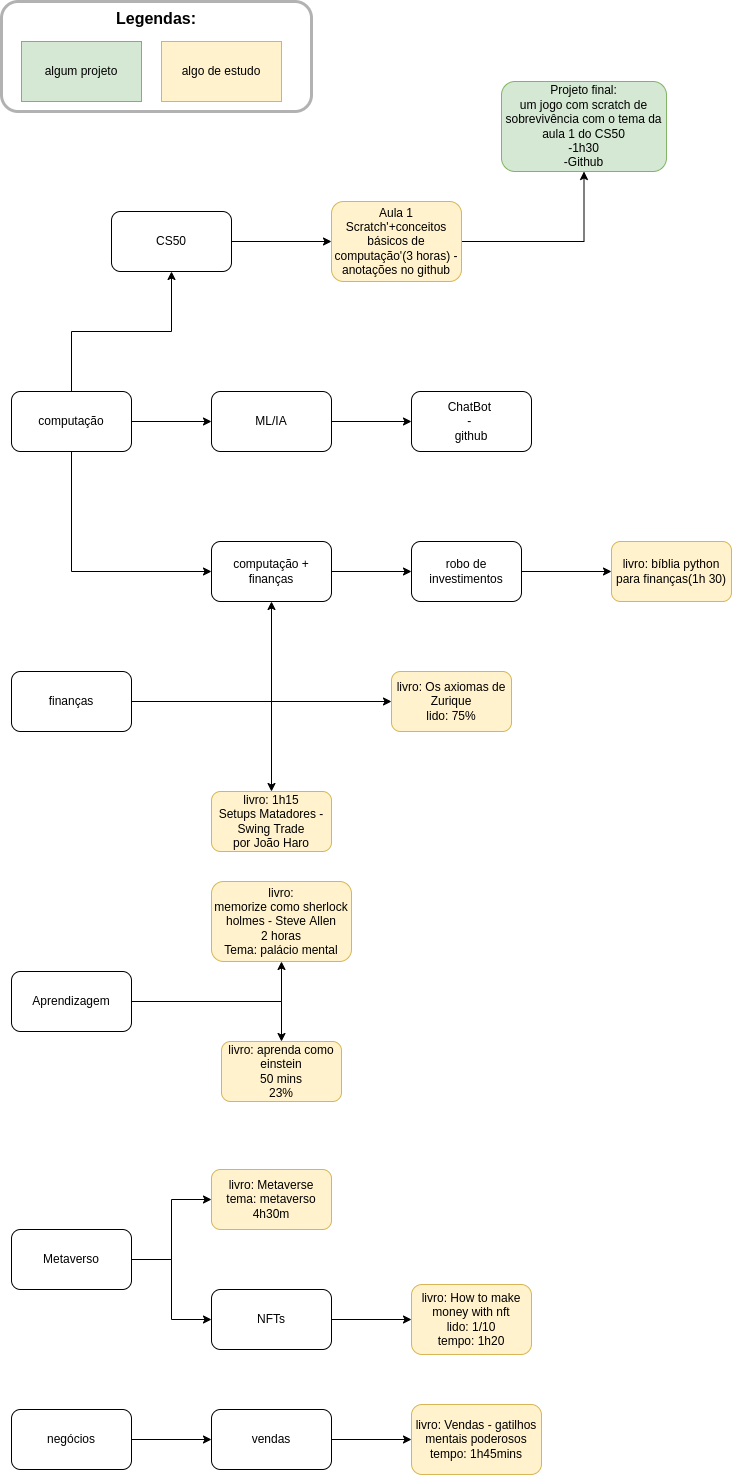
gu-nog/my-studies keeps this draw.io diagram as mystudies.drawio.png. Above is the earlier version. Source tidied: cells renumbered, new cells last; positions are measured from the earlier drawing's top-left corner, leaving out a move shared by most shapes. Its diagram source:
```xml
<mxGraphModel>
  <root>
    <mxCell id="0" />
    <mxCell id="1" parent="0" />
    <mxCell id="2" style="edgeStyle=orthogonalEdgeStyle;rounded=0;jettySize=auto;html=1;" parent="1" edge="1" source="4" target="6">
      <mxGeometry relative="1" as="geometry" />
    </mxCell>
    <mxCell id="3" style="edgeStyle=orthogonalEdgeStyle;rounded=0;jettySize=auto;html=1;" parent="1" edge="1" source="4" target="27">
      <mxGeometry relative="1" as="geometry" />
    </mxCell>
    <mxCell id="4" value="computação" style="rounded=1;whiteSpace=wrap;html=1;" parent="1" vertex="1">
      <mxGeometry x="10" y="390" width="120" height="60" as="geometry" />
    </mxCell>
    <mxCell id="5" style="edgeStyle=orthogonalEdgeStyle;rounded=0;jettySize=auto;html=1;" parent="1" edge="1" source="6" target="8">
      <mxGeometry relative="1" as="geometry" />
    </mxCell>
    <mxCell id="6" value="CS50" style="whiteSpace=wrap;html=1;rounded=1;" parent="1" vertex="1">
      <mxGeometry x="110" y="210" width="120" height="60" as="geometry" />
    </mxCell>
    <mxCell id="7" style="edgeStyle=orthogonalEdgeStyle;rounded=0;jettySize=auto;html=1;" parent="1" edge="1" source="8" target="20">
      <mxGeometry relative="1" as="geometry" />
    </mxCell>
    <mxCell id="8" value="Aula 1&lt;br&gt;Scratch'+conceitos básicos de computação'(3 horas) - anotações no github" style="whiteSpace=wrap;html=1;rounded=1;fillColor=#fff2cc;strokeColor=#d6b656;" parent="1" vertex="1">
      <mxGeometry x="330" y="200" width="130" height="80" as="geometry" />
    </mxCell>
    <mxCell id="9" style="edgeStyle=orthogonalEdgeStyle;rounded=0;jettySize=auto;html=1;" parent="1" edge="1" source="11" target="13">
      <mxGeometry relative="1" as="geometry" />
    </mxCell>
    <mxCell id="10" style="edgeStyle=orthogonalEdgeStyle;rounded=0;jettySize=auto;html=1;" parent="1" edge="1" source="11" target="29">
      <mxGeometry relative="1" as="geometry" />
    </mxCell>
    <mxCell id="11" value="finanças" style="rounded=1;whiteSpace=wrap;html=1;" parent="1" vertex="1">
      <mxGeometry x="10" y="670" width="120" height="60" as="geometry" />
    </mxCell>
    <mxCell id="12" style="edgeStyle=orthogonalEdgeStyle;rounded=0;jettySize=auto;html=1;" parent="1" edge="1" source="13" target="16">
      <mxGeometry relative="1" as="geometry" />
    </mxCell>
    <mxCell id="13" value="computação + finanças" style="rounded=1;whiteSpace=wrap;html=1;" parent="1" vertex="1">
      <mxGeometry x="210" y="540" width="120" height="60" as="geometry" />
    </mxCell>
    <mxCell id="14" style="endArrow=classic;html=1;rounded=0;entryX=0;entryY=0.5;entryDx=0;entryDy=0;exitX=0.5;exitY=1;exitDx=0;exitDy=0;" parent="1" edge="1" source="4" target="13">
      <mxGeometry relative="1" as="geometry">
        <Array as="points">
          <mxPoint x="70" y="570" />
        </Array>
      </mxGeometry>
    </mxCell>
    <mxCell id="15" style="edgeStyle=orthogonalEdgeStyle;rounded=0;jettySize=auto;html=1;" parent="1" edge="1" source="16" target="17">
      <mxGeometry relative="1" as="geometry" />
    </mxCell>
    <mxCell id="16" value="robo de investimentos" style="rounded=1;whiteSpace=wrap;html=1;" parent="1" vertex="1">
      <mxGeometry x="410" y="540" width="110" height="60" as="geometry" />
    </mxCell>
    <mxCell id="17" value="livro: bíblia python para finanças(1h 30)" style="rounded=1;whiteSpace=wrap;html=1;fillColor=#fff2cc;strokeColor=#d6b656;" parent="1" vertex="1">
      <mxGeometry x="610" y="540" width="120" height="60" as="geometry" />
    </mxCell>
    <mxCell id="18" value="algum projeto" style="rounded=0;whiteSpace=wrap;html=1;fillColor=#d5e8d4;strokeColor=#82b366;" parent="1" vertex="1">
      <mxGeometry x="20" y="40" width="120" height="60" as="geometry" />
    </mxCell>
    <mxCell id="19" value="algo de estudo" style="rounded=0;whiteSpace=wrap;html=1;fillColor=#fff2cc;strokeColor=#d6b656;" parent="1" vertex="1">
      <mxGeometry x="160" y="40" width="120" height="60" as="geometry" />
    </mxCell>
    <mxCell id="20" value="&lt;span&gt;Projeto final:&lt;/span&gt;&lt;br&gt;&lt;span&gt;um jogo com scratch de sobrevivência com o tema da aula 1 do CS50&lt;/span&gt;&lt;br&gt;&lt;span&gt;-1h30&lt;/span&gt;&lt;br&gt;&lt;span&gt;-Github&lt;/span&gt;" style="whiteSpace=wrap;html=1;fillColor=#d5e8d4;strokeColor=#82b366;rounded=1;" parent="1" vertex="1">
      <mxGeometry x="500" y="80" width="165" height="90" as="geometry" />
    </mxCell>
    <mxCell id="21" value="&lt;font style=&quot;font-size: 16px&quot;&gt;&lt;b&gt;&lt;font style=&quot;font-size: 16px&quot;&gt;Legendas:&lt;br&gt;&lt;/font&gt;&lt;br&gt;&lt;br&gt;&lt;br&gt;&lt;/b&gt;&lt;br&gt;&lt;/font&gt;" style="rounded=1;opacity=30;shadow=0;glass=0;sketch=0;fillColor=none;strokeColor=#000000;strokeWidth=3;html=1;whiteSpace=wrap;" parent="1" vertex="1">
      <mxGeometry width="310" height="110" as="geometry" />
    </mxCell>
    <mxCell id="22" style="edgeStyle=orthogonalEdgeStyle;rounded=0;jettySize=auto;html=1;" parent="1" edge="1" source="24" target="25">
      <mxGeometry relative="1" as="geometry" />
    </mxCell>
    <mxCell id="23" style="edgeStyle=orthogonalEdgeStyle;rounded=0;jettySize=auto;html=1;" parent="1" edge="1" source="24" target="42">
      <mxGeometry relative="1" as="geometry" />
    </mxCell>
    <mxCell id="24" value="Aprendizagem" style="rounded=1;whiteSpace=wrap;html=1;" parent="1" vertex="1">
      <mxGeometry x="10" y="970" width="120" height="60" as="geometry" />
    </mxCell>
    <mxCell id="25" value="livro:&lt;br&gt;memorize como sherlock holmes - Steve Allen&lt;br&gt;2 horas&lt;br&gt;Tema: palácio mental" style="whiteSpace=wrap;html=1;rounded=1;fillColor=#fff2cc;strokeColor=#d6b656;" parent="1" vertex="1">
      <mxGeometry x="210" y="880" width="140" height="80" as="geometry" />
    </mxCell>
    <mxCell id="26" style="edgeStyle=orthogonalEdgeStyle;rounded=0;jettySize=auto;html=1;" parent="1" edge="1" source="27" target="28">
      <mxGeometry relative="1" as="geometry" />
    </mxCell>
    <mxCell id="27" value="ML/IA" style="whiteSpace=wrap;html=1;rounded=1;" parent="1" vertex="1">
      <mxGeometry x="210" y="390" width="120" height="60" as="geometry" />
    </mxCell>
    <mxCell id="28" value="ChatBot &lt;br&gt;- &lt;br&gt;github" style="whiteSpace=wrap;html=1;rounded=1;" parent="1" vertex="1">
      <mxGeometry x="410" y="390" width="120" height="60" as="geometry" />
    </mxCell>
    <mxCell id="29" value="livro: 1h15&lt;br&gt;Setups Matadores - Swing Trade&lt;br&gt;por João Haro" style="whiteSpace=wrap;html=1;rounded=1;fillColor=#fff2cc;strokeColor=#d6b656;" parent="1" vertex="1">
      <mxGeometry x="210" y="790" width="120" height="60" as="geometry" />
    </mxCell>
    <mxCell id="30" style="edgeStyle=orthogonalEdgeStyle;rounded=0;jettySize=auto;html=1;" parent="1" edge="1" source="31" target="32">
      <mxGeometry relative="1" as="geometry" />
    </mxCell>
    <mxCell id="31" value="Metaverso" style="rounded=1;whiteSpace=wrap;html=1;" parent="1" vertex="1">
      <mxGeometry x="10" y="1228" width="120" height="60" as="geometry" />
    </mxCell>
    <mxCell id="32" value="livro: Metaverse&lt;br&gt;tema: metaverso&lt;br&gt;4h30m" style="whiteSpace=wrap;html=1;rounded=1;fillColor=#fff2cc;strokeColor=#d6b656;" parent="1" vertex="1">
      <mxGeometry x="210" y="1168" width="120" height="60" as="geometry" />
    </mxCell>
    <mxCell id="33" style="edgeStyle=orthogonalEdgeStyle;rounded=0;jettySize=auto;html=1;" parent="1" edge="1" source="34" target="36">
      <mxGeometry relative="1" as="geometry" />
    </mxCell>
    <mxCell id="34" value="negócios" style="rounded=1;whiteSpace=wrap;html=1;" parent="1" vertex="1">
      <mxGeometry x="10" y="1408" width="120" height="60" as="geometry" />
    </mxCell>
    <mxCell id="35" style="edgeStyle=orthogonalEdgeStyle;rounded=0;jettySize=auto;html=1;" parent="1" edge="1" source="36" target="37">
      <mxGeometry relative="1" as="geometry" />
    </mxCell>
    <mxCell id="36" value="vendas" style="whiteSpace=wrap;html=1;rounded=1;" parent="1" vertex="1">
      <mxGeometry x="210" y="1408" width="120" height="60" as="geometry" />
    </mxCell>
    <mxCell id="37" value="livro: Vendas - gatilhos mentais poderosos&lt;br&gt;tempo: 1h45mins" style="whiteSpace=wrap;html=1;rounded=1;fillColor=#fff2cc;strokeColor=#d6b656;" parent="1" vertex="1">
      <mxGeometry x="410" y="1403" width="130" height="70" as="geometry" />
    </mxCell>
    <mxCell id="38" style="edgeStyle=orthogonalEdgeStyle;rounded=0;jettySize=auto;html=1;" parent="1" edge="1" source="39" target="41">
      <mxGeometry relative="1" as="geometry" />
    </mxCell>
    <mxCell id="39" value="NFTs" style="rounded=1;whiteSpace=wrap;html=1;" parent="1" vertex="1">
      <mxGeometry x="210" y="1288" width="120" height="60" as="geometry" />
    </mxCell>
    <mxCell id="40" style="endArrow=classic;html=1;rounded=0;exitX=1;exitY=0.5;exitDx=0;exitDy=0;entryX=0;entryY=0.5;entryDx=0;entryDy=0;" parent="1" edge="1" source="31" target="39">
      <mxGeometry relative="1" as="geometry">
        <Array as="points">
          <mxPoint x="170" y="1258" />
          <mxPoint x="170" y="1318" />
        </Array>
      </mxGeometry>
    </mxCell>
    <mxCell id="41" value="livro: How to make money with nft&lt;br&gt;lido: 1/10&lt;br&gt;tempo: 1h20" style="rounded=1;whiteSpace=wrap;html=1;fillColor=#fff2cc;strokeColor=#d6b656;" parent="1" vertex="1">
      <mxGeometry x="410" y="1283" width="120" height="70" as="geometry" />
    </mxCell>
    <mxCell id="42" value="livro: aprenda como einstein&lt;br&gt;50 mins&lt;br&gt;23%" style="whiteSpace=wrap;html=1;rounded=1;fillColor=#fff2cc;strokeColor=#d6b656;" parent="1" vertex="1">
      <mxGeometry x="220" y="1040" width="120" height="60" as="geometry" />
    </mxCell>
    <mxCell id="43" style="endArrow=classic;html=1;rounded=0;exitX=1;exitY=0.5;exitDx=0;exitDy=0;" parent="1" edge="1" source="11">
      <mxGeometry relative="1" as="geometry">
        <mxPoint x="390" y="700" as="targetPoint" />
        <Array as="points">
          <mxPoint x="270" y="700" />
        </Array>
      </mxGeometry>
    </mxCell>
    <mxCell id="44" value="livro: Os axiomas de Zurique&lt;br&gt;lido: 75%" style="rounded=1;whiteSpace=wrap;html=1;fillColor=#fff2cc;strokeColor=#d6b656;" parent="1" vertex="1">
      <mxGeometry x="390" y="670" width="120" height="60" as="geometry" />
    </mxCell>
  </root>
</mxGraphModel>
```
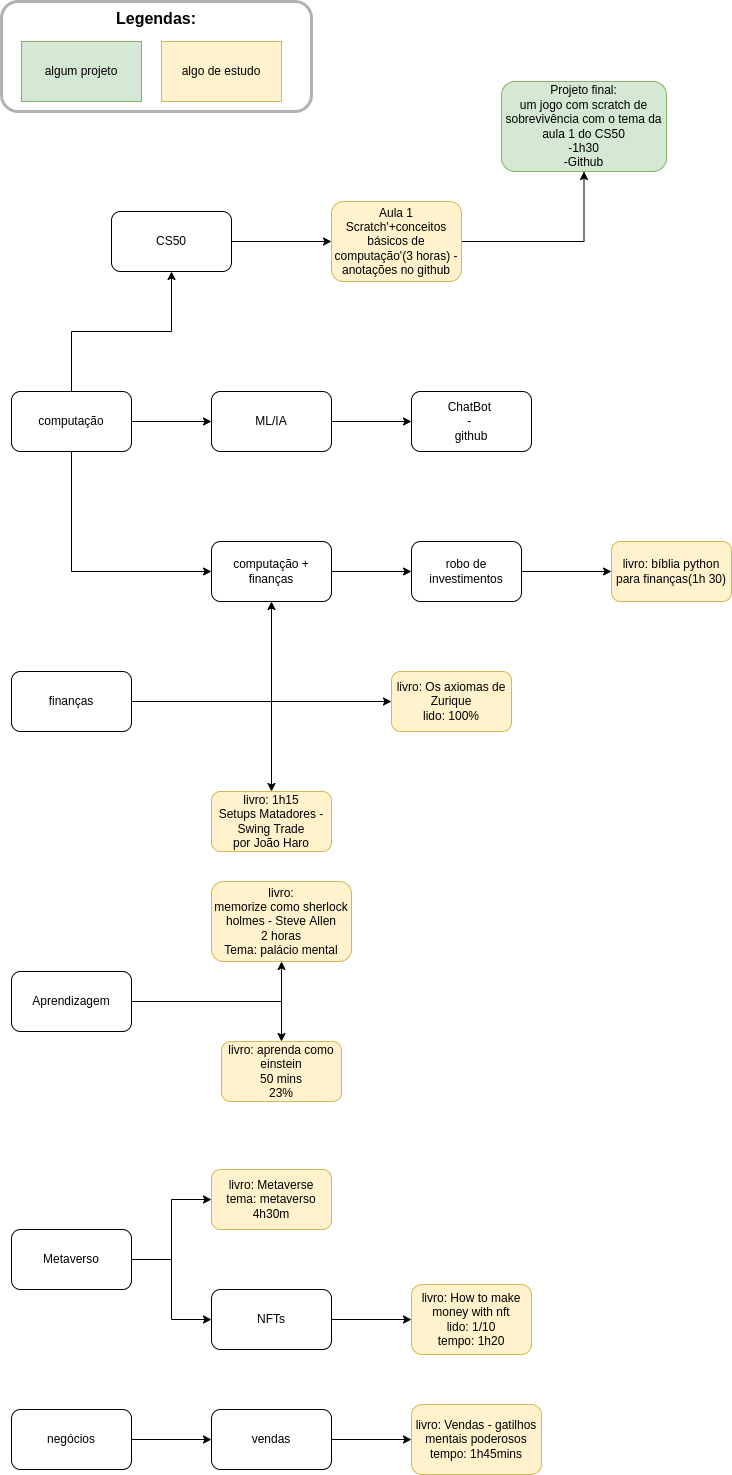
After the change.

What changed in the source:
```diff
@@ -142,7 +142,7 @@
         </Array>
       </mxGeometry>
     </mxCell>
-    <mxCell id="44" value="livro: Os axiomas de Zurique&lt;br&gt;lido: 75%" style="rounded=1;whiteSpace=wrap;html=1;fillColor=#fff2cc;strokeColor=#d6b656;" parent="1" vertex="1">
+    <mxCell id="44" value="livro: Os axiomas de Zurique&lt;br&gt;lido: 100%" style="rounded=1;whiteSpace=wrap;html=1;fillColor=#fff2cc;strokeColor=#d6b656;" parent="1" vertex="1">
       <mxGeometry x="390" y="670" width="120" height="60" as="geometry" />
     </mxCell>
   </root>
```
